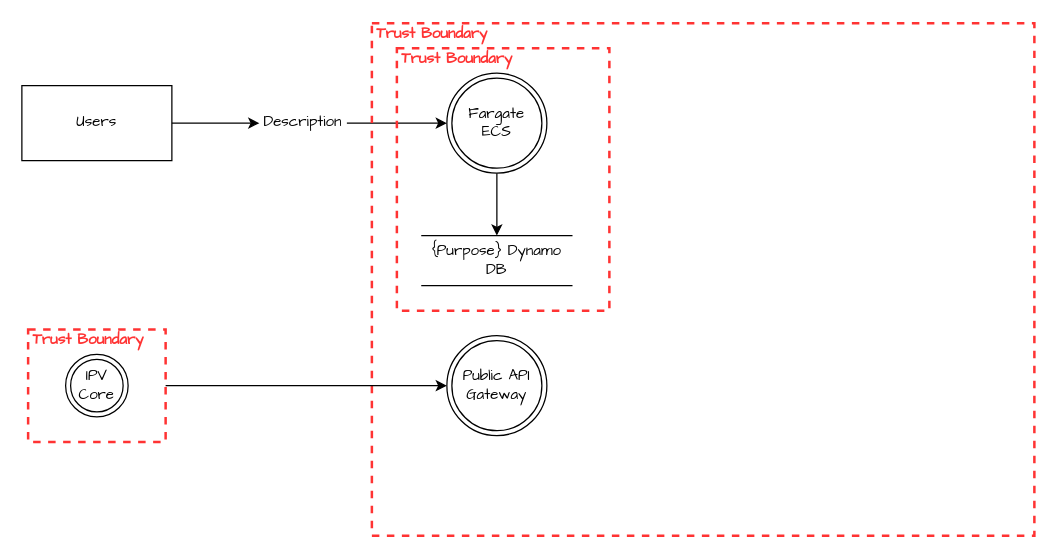
Above: Untitled Diagram.drawio in Jim-Sweeting/Drawio (draw.io), before the change. Source tidied: cells renumbered, new cells numbered last; positions are measured from the earlier drawing's top-left corner, leaving out a move shared by most shapes. Both pictures are drawn from the tidied source at 125%, with x=0, y=0 at pixel (21, 22).
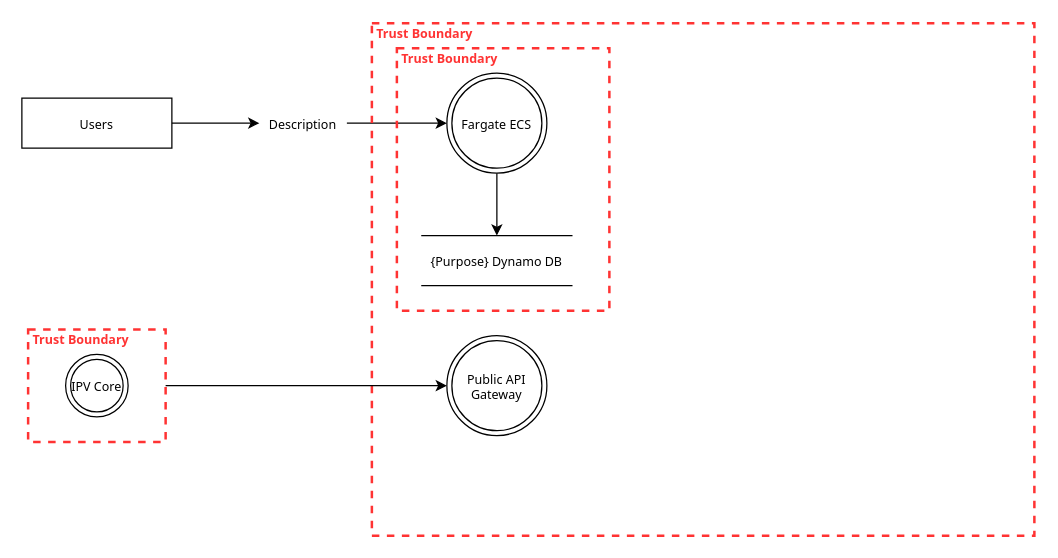
The same diagram, later.

What changed in the source:
```diff
@@
 <mxGraphModel>
   <root>
     <mxCell id="0" />
     <mxCell id="1" parent="0" />
-    <mxCell id="2" value="Users" style="rounded=0;whiteSpace=wrap;html=1;hachureGap=4;fontFamily=Architects Daughter;fontSize=12;" parent="1" vertex="1">
-      <mxGeometry y="50" width="120" height="60" as="geometry" />
+    <mxCell id="2" value="Users" style="rounded=0;whiteSpace=wrap;html=1;hachureGap=4;fontFamily=Tahoma;fontSize=10;" parent="1" vertex="1">
+      <mxGeometry y="60" width="120" height="40" as="geometry" />
     </mxCell>
-    <mxCell id="3" style="edgeStyle=orthogonalEdgeStyle;rounded=0;hachureGap=4;jettySize=auto;html=1;fontFamily=Architects Daughter;fontSize=12;" parent="1" edge="1" source="4" target="6">
+    <mxCell id="3" style="edgeStyle=orthogonalEdgeStyle;rounded=0;hachureGap=4;jettySize=auto;html=1;fontFamily=Tahoma;fontSize=10;" parent="1" edge="1" source="4" target="6">
       <mxGeometry relative="1" as="geometry" />
     </mxCell>
-    <mxCell id="4" value="Fargate ECS" style="ellipse;shape=doubleEllipse;whiteSpace=wrap;html=1;hachureGap=4;fontFamily=Architects Daughter;fontSize=12;rounded=0;" parent="1" vertex="1">
+    <mxCell id="4" value="Fargate ECS" style="ellipse;shape=doubleEllipse;whiteSpace=wrap;html=1;hachureGap=4;fontFamily=Tahoma;fontSize=10;rounded=0;" parent="1" vertex="1">
       <mxGeometry x="340" y="40" width="80" height="80" as="geometry" />
     </mxCell>
-    <mxCell id="5" style="endArrow=classic;html=1;fontColor=#FF3333;rounded=0;hachureGap=4;fontFamily=Architects Daughter;fontSize=12;" parent="1" edge="1" source="8" target="4">
+    <mxCell id="5" style="endArrow=classic;html=1;fontColor=#FF3333;rounded=0;hachureGap=4;fontFamily=Tahoma;fontSize=10;" parent="1" edge="1" source="8" target="4">
       <mxGeometry relative="1" as="geometry" />
     </mxCell>
-    <mxCell id="6" value="{Purpose} Dynamo DB" style="shape=partialRectangle;whiteSpace=wrap;html=1;left=0;right=0;fillColor=none;hachureGap=4;fontFamily=Architects Daughter;fontSize=12;rounded=0;" parent="1" vertex="1">
+    <mxCell id="6" value="{Purpose} Dynamo DB" style="shape=partialRectangle;whiteSpace=wrap;html=1;left=0;right=0;fillColor=none;hachureGap=4;fontFamily=Tahoma;fontSize=10;rounded=0;" parent="1" vertex="1">
       <mxGeometry x="320" y="170" width="120" height="40" as="geometry" />
     </mxCell>
-    <mxCell id="7" style="endArrow=classic;html=1;fontColor=#FF3333;rounded=0;hachureGap=4;fontFamily=Architects Daughter;fontSize=12;" parent="1" edge="1" source="2" target="8">
+    <mxCell id="7" style="endArrow=classic;html=1;fontColor=#FF3333;rounded=0;hachureGap=4;fontFamily=Tahoma;fontSize=10;" parent="1" edge="1" source="2" target="8">
       <mxGeometry relative="1" as="geometry" />
     </mxCell>
-    <mxCell id="8" value="Description" style="text;html=1;strokeColor=none;fillColor=none;align=center;verticalAlign=middle;whiteSpace=wrap;overflow=hidden;fontSize=12;fontFamily=Architects Daughter;rounded=0;" parent="1" vertex="1">
+    <mxCell id="8" value="Description" style="text;html=1;strokeColor=none;fillColor=none;align=center;verticalAlign=middle;whiteSpace=wrap;overflow=hidden;fontSize=10;fontFamily=Tahoma;rounded=0;" parent="1" vertex="1">
       <mxGeometry x="190" y="65" width="70" height="30" as="geometry" />
     </mxCell>
-    <mxCell id="9" value="Trust Boundary" style="html=1;fontColor=#FF3333;fontStyle=1;align=left;verticalAlign=top;spacing=0;labelBorderColor=none;fillColor=none;dashed=1;strokeWidth=2;strokeColor=#FF3333;spacingLeft=4;spacingTop=-3;hachureGap=4;fontFamily=Architects Daughter;fontSize=12;rounded=0;" parent="1" vertex="1">
+    <mxCell id="9" value="Trust Boundary" style="html=1;fontColor=#FF3333;fontStyle=1;align=left;verticalAlign=top;spacing=0;labelBorderColor=none;fillColor=none;dashed=1;strokeWidth=2;strokeColor=#FF3333;spacingLeft=4;spacingTop=-3;hachureGap=4;fontFamily=Tahoma;fontSize=10;rounded=0;" parent="1" vertex="1">
       <mxGeometry x="280" width="530" height="410" as="geometry" />
     </mxCell>
-    <mxCell id="10" value="Public API Gateway" style="ellipse;shape=doubleEllipse;whiteSpace=wrap;html=1;hachureGap=4;fontFamily=Architects Daughter;fontSize=12;rounded=0;" parent="1" vertex="1">
+    <mxCell id="10" value="Public API Gateway" style="ellipse;shape=doubleEllipse;whiteSpace=wrap;html=1;hachureGap=4;fontFamily=Tahoma;fontSize=10;rounded=0;" parent="1" vertex="1">
       <mxGeometry x="340" y="250" width="80" height="80" as="geometry" />
     </mxCell>
-    <mxCell id="11" style="rounded=0;hachureGap=4;jettySize=auto;html=1;fontFamily=Architects Daughter;fontSize=12;" parent="1" edge="1" source="12" target="10">
+    <mxCell id="11" style="rounded=0;hachureGap=4;jettySize=auto;html=1;fontFamily=Tahoma;fontSize=10;" parent="1" edge="1" source="12" target="10">
       <mxGeometry relative="1" as="geometry" />
     </mxCell>
-    <mxCell id="12" value="Trust Boundary" style="html=1;fontColor=#FF3333;fontStyle=1;align=left;verticalAlign=top;spacing=0;labelBorderColor=none;fillColor=none;dashed=1;strokeWidth=2;strokeColor=#FF3333;spacingLeft=4;spacingTop=-3;hachureGap=4;fontFamily=Architects Daughter;fontSize=12;rounded=0;" parent="1" vertex="1">
+    <mxCell id="12" value="Trust Boundary" style="html=1;fontColor=#FF3333;fontStyle=1;align=left;verticalAlign=top;spacing=0;labelBorderColor=none;fillColor=none;dashed=1;strokeWidth=2;strokeColor=#FF3333;spacingLeft=4;spacingTop=-3;hachureGap=4;fontFamily=Tahoma;fontSize=10;rounded=0;" parent="1" vertex="1">
       <mxGeometry x="5" y="245" width="110" height="90" as="geometry" />
     </mxCell>
-    <mxCell id="13" value="IPV Core" style="ellipse;shape=doubleEllipse;whiteSpace=wrap;html=1;hachureGap=4;fontFamily=Architects Daughter;fontSize=12;rounded=0;" parent="1" vertex="1">
+    <mxCell id="13" value="IPV Core" style="ellipse;shape=doubleEllipse;whiteSpace=wrap;html=1;hachureGap=4;fontFamily=Tahoma;fontSize=10;rounded=0;" parent="1" vertex="1">
       <mxGeometry x="35" y="265" width="50" height="50" as="geometry" />
     </mxCell>
-    <mxCell id="14" value="Trust Boundary" style="html=1;fontColor=#FF3333;fontStyle=1;align=left;verticalAlign=top;spacing=0;labelBorderColor=none;fillColor=none;dashed=1;strokeWidth=2;strokeColor=#FF3333;spacingLeft=4;spacingTop=-3;hachureGap=4;fontFamily=Architects Daughter;fontSize=12;rounded=0;" parent="1" vertex="1">
+    <mxCell id="14" value="Trust Boundary" style="html=1;fontColor=#FF3333;fontStyle=1;align=left;verticalAlign=top;spacing=0;labelBorderColor=none;fillColor=none;dashed=1;strokeWidth=2;strokeColor=#FF3333;spacingLeft=4;spacingTop=-3;hachureGap=4;fontFamily=Tahoma;fontSize=10;rounded=0;" parent="1" vertex="1">
       <mxGeometry x="300" y="20" width="170" height="210" as="geometry" />
     </mxCell>
   </root>
 </mxGraphModel>
```
